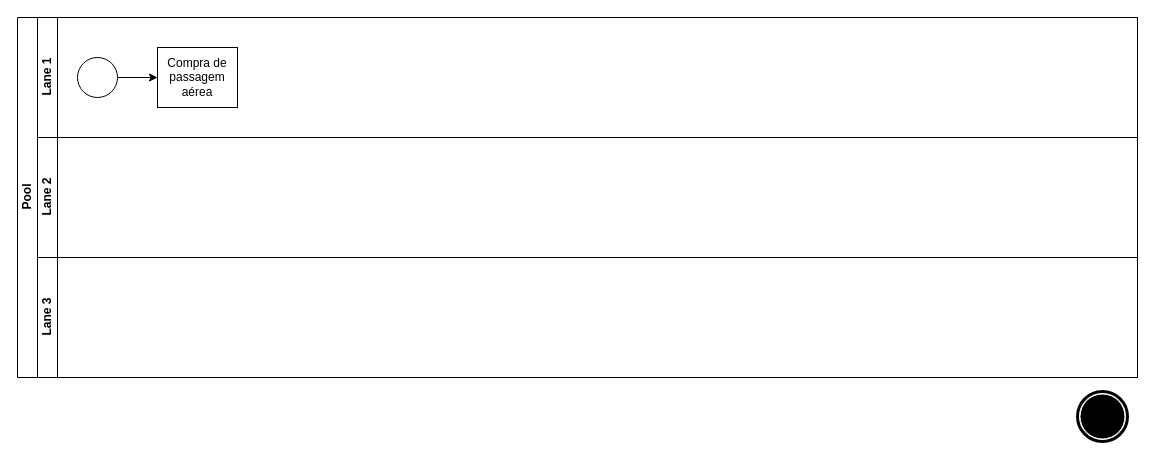
Earlier version of the draw.io diagram ProjetoInterdisciplinar.drawio (rebeccajanuario/DiagramaBPMNProjetoInterdisciplinar). Source tidied: cells renumbered, new cells numbered last; positions are measured from the earlier drawing's top-left corner, leaving out a move shared by most shapes. Both pictures are drawn from the tidied source at 100%, with x=0, y=0 at pixel (17, 17).
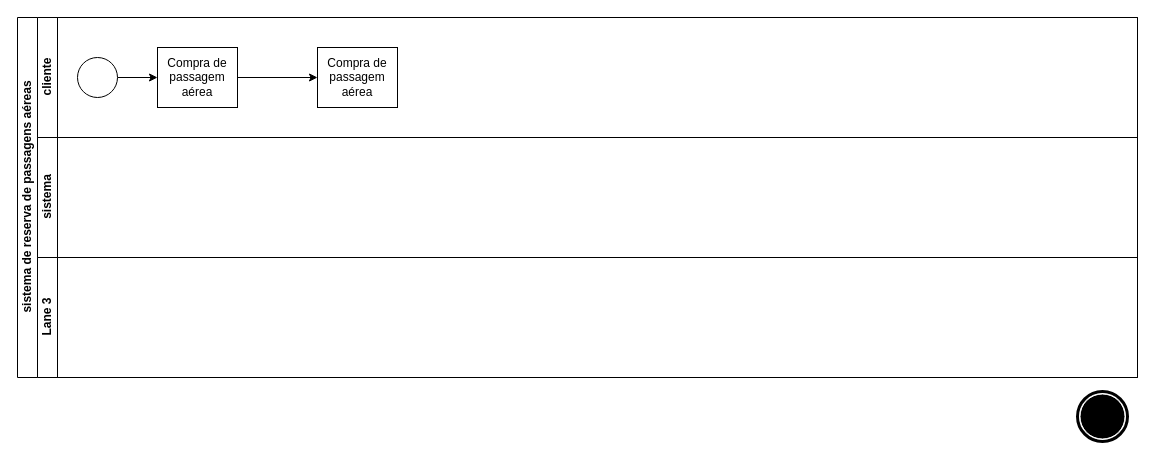
Above is the later version.

What changed in the source:
```diff
@@
 <mxGraphModel>
   <root>
     <mxCell id="0" />
     <mxCell id="1" parent="0" />
-    <mxCell id="2" value="Pool" style="swimlane;html=1;horizontal=0;startSize=20;" parent="1" vertex="1">
+    <mxCell id="2" value="sistema de reserva de passagens aéreas" style="swimlane;html=1;horizontal=0;startSize=20;" parent="1" vertex="1">
       <mxGeometry width="1120" height="360" as="geometry" />
     </mxCell>
-    <mxCell id="3" value="Lane 1" style="swimlane;html=1;startSize=20;horizontal=0;" parent="2" vertex="1">
+    <mxCell id="3" value="cliente&lt;br&gt;" style="swimlane;html=1;startSize=20;horizontal=0;" parent="2" vertex="1">
       <mxGeometry x="20" width="1100" height="120" as="geometry" />
     </mxCell>
     <mxCell id="4" style="edgeStyle=orthogonalEdgeStyle;rounded=0;jettySize=auto;html=1;" parent="3" edge="1" source="5" target="6">
       <mxGeometry relative="1" as="geometry" />
     </mxCell>
     <mxCell id="5" style="ellipse;whiteSpace=wrap;html=1;" parent="3" vertex="1">
       <mxGeometry x="40" y="40" width="40" height="40" as="geometry" />
     </mxCell>
+    <mxCell id="10" style="edgeStyle=orthogonalEdgeStyle;rounded=0;jettySize=auto;html=1;" parent="3" edge="1" source="6" target="11">
+      <mxGeometry relative="1" as="geometry" />
+    </mxCell>
     <mxCell id="6" value="Compra de passagem aérea" style="rounded=0;whiteSpace=wrap;html=1;fontFamily=Helvetica;fontSize=12;fontColor=#000000;align=center;" parent="3" vertex="1">
       <mxGeometry x="120" y="30" width="80" height="60" as="geometry" />
     </mxCell>
+    <mxCell id="11" value="Compra de passagem aérea" style="rounded=0;whiteSpace=wrap;html=1;fontFamily=Helvetica;fontSize=12;fontColor=#000000;align=center;" parent="3" vertex="1">
+      <mxGeometry x="280" y="30" width="80" height="60" as="geometry" />
+    </mxCell>
-    <mxCell id="7" value="Lane 2" style="swimlane;html=1;startSize=20;horizontal=0;" parent="2" vertex="1">
+    <mxCell id="7" value="sistema&lt;br&gt;" style="swimlane;html=1;startSize=20;horizontal=0;" parent="2" vertex="1">
       <mxGeometry x="20" y="120" width="1100" height="120" as="geometry" />
     </mxCell>
     <mxCell id="8" value="Lane 3" style="swimlane;html=1;startSize=20;horizontal=0;" parent="2" vertex="1">
       <mxGeometry x="20" y="240" width="1100" height="120" as="geometry" />
     </mxCell>
     <mxCell id="9" style="shape=mxgraph.bpmn.event;html=1;verticalLabelPosition=bottom;labelBackgroundColor=#ffffff;verticalAlign=top;align=center;perimeter=ellipsePerimeter;outline=end;symbol=terminate;" parent="1" vertex="1">
       <mxGeometry x="1060" y="374" width="50" height="50" as="geometry" />
     </mxCell>
   </root>
 </mxGraphModel>
```
